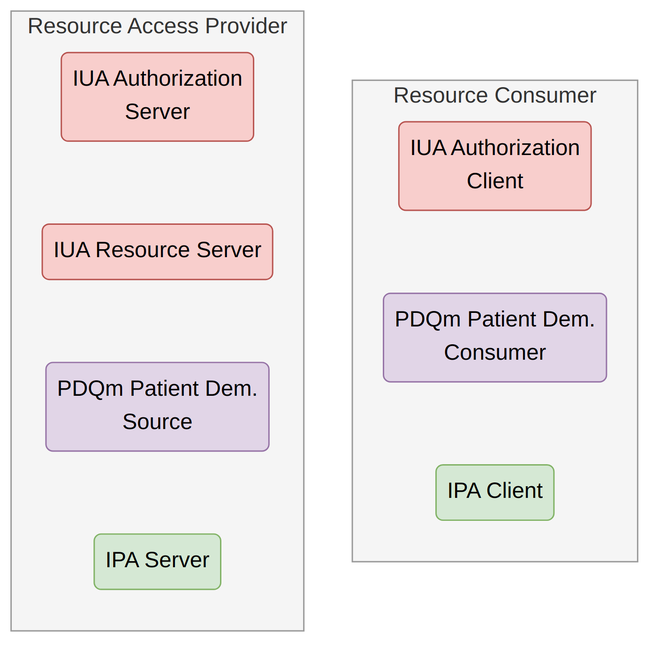
This is input/images/resExchange_2.png from euridice-org/eu-health-data-api, a Mermaid export, as it was before one commit. Its source is kept beside it as input/images-source/resExchange_2.mmd. The source it was exported from:
```mermaid
%%{init: {'flowchart': {'nodeSpacing': 25, 'rankSpacing': 35, 'padding': 8}}}%%
flowchart LR
    subgraph Provider["Resource Access Provider"]
        direction TB
        P1("IUA Authorization<br/>Server")
        P2("IUA Resource Server")
        P3("PDQm Patient Dem.<br/>Source")
        P4("IPA Server")
        P1 ~~~ P2 ~~~ P3 ~~~ P4
    end
    subgraph Consumer["Resource Consumer"]
        direction TB
        C1("IUA Authorization<br/>Client")
        C2("PDQm Patient Dem.<br/>Consumer")
        C3("IPA Client")
        C1 ~~~ C2 ~~~ C3
    end
    Provider ~~~ Consumer

    classDef iua fill:#f8cecc,stroke:#b85450,color:#000000;
    classDef pdqm fill:#e1d5e7,stroke:#9673a6,color:#000000;
    classDef ipa fill:#d5e8d4,stroke:#82b366,color:#000000;
    class P1,P2,C1 iua;
    class P3,C2 pdqm;
    class P4,C3 ipa;
    style Provider fill:#f5f5f5,stroke:#999999,color:#333333;
    style Consumer fill:#f5f5f5,stroke:#999999,color:#333333;
```
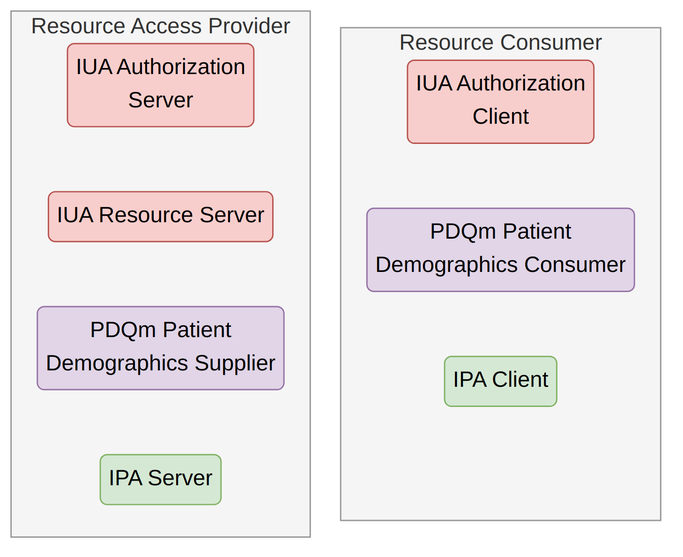
Later version of the same file.

Commit message:
FHIR-56635: refine resExchange_2 diagram (top-aligned, match sibling style)

Balance the two containers to equal height (top-aligned like docExchange_2),
tighten spacing, full PDQm actor labels.

The edit, as a diff of the source:
```diff
@@ -1,25 +1,27 @@
-%%{init: {'flowchart': {'nodeSpacing': 25, 'rankSpacing': 35, 'padding': 8}}}%%
+%%{init: {'flowchart': {'nodeSpacing': 18, 'rankSpacing': 22, 'padding': 6}}}%%
 flowchart LR
     subgraph Provider["Resource Access Provider"]
         direction TB
         P1("IUA Authorization<br/>Server")
         P2("IUA Resource Server")
-        P3("PDQm Patient Dem.<br/>Source")
+        P3("PDQm Patient<br/>Demographics Supplier")
         P4("IPA Server")
         P1 ~~~ P2 ~~~ P3 ~~~ P4
     end
     subgraph Consumer["Resource Consumer"]
         direction TB
         C1("IUA Authorization<br/>Client")
-        C2("PDQm Patient Dem.<br/>Consumer")
+        C2("PDQm Patient<br/>Demographics Consumer")
         C3("IPA Client")
-        C1 ~~~ C2 ~~~ C3
+        C0[" "]:::spacer
+        C1 ~~~ C2 ~~~ C3 ~~~ C0
     end
     Provider ~~~ Consumer
 
     classDef iua fill:#f8cecc,stroke:#b85450,color:#000000;
     classDef pdqm fill:#e1d5e7,stroke:#9673a6,color:#000000;
     classDef ipa fill:#d5e8d4,stroke:#82b366,color:#000000;
+    classDef spacer fill:#f5f5f5,stroke:#f5f5f5,color:#f5f5f5;
     class P1,P2,C1 iua;
     class P3,C2 pdqm;
     class P4,C3 ipa;
```
